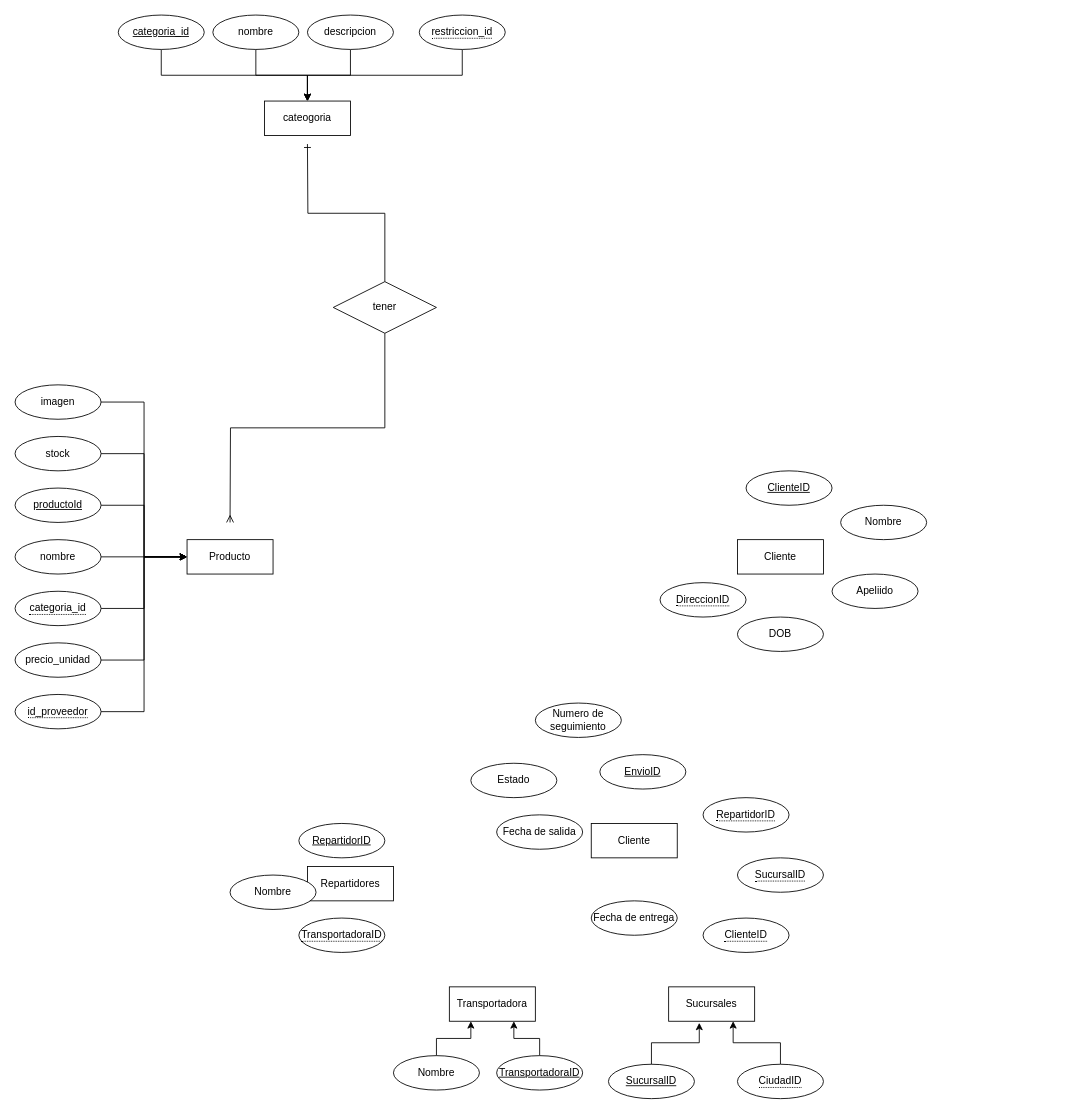
The draw.io diagram ProyectoFinal.drawio in Angel-ISO/Diagramas, before the edit. Source tidied: cells renumbered, new cells numbered last; positions are measured from the earlier drawing's top-left corner, leaving out a move shared by most shapes. Both pictures are drawn from the tidied source at 86%, with x=0, y=0 at pixel (15, 15).
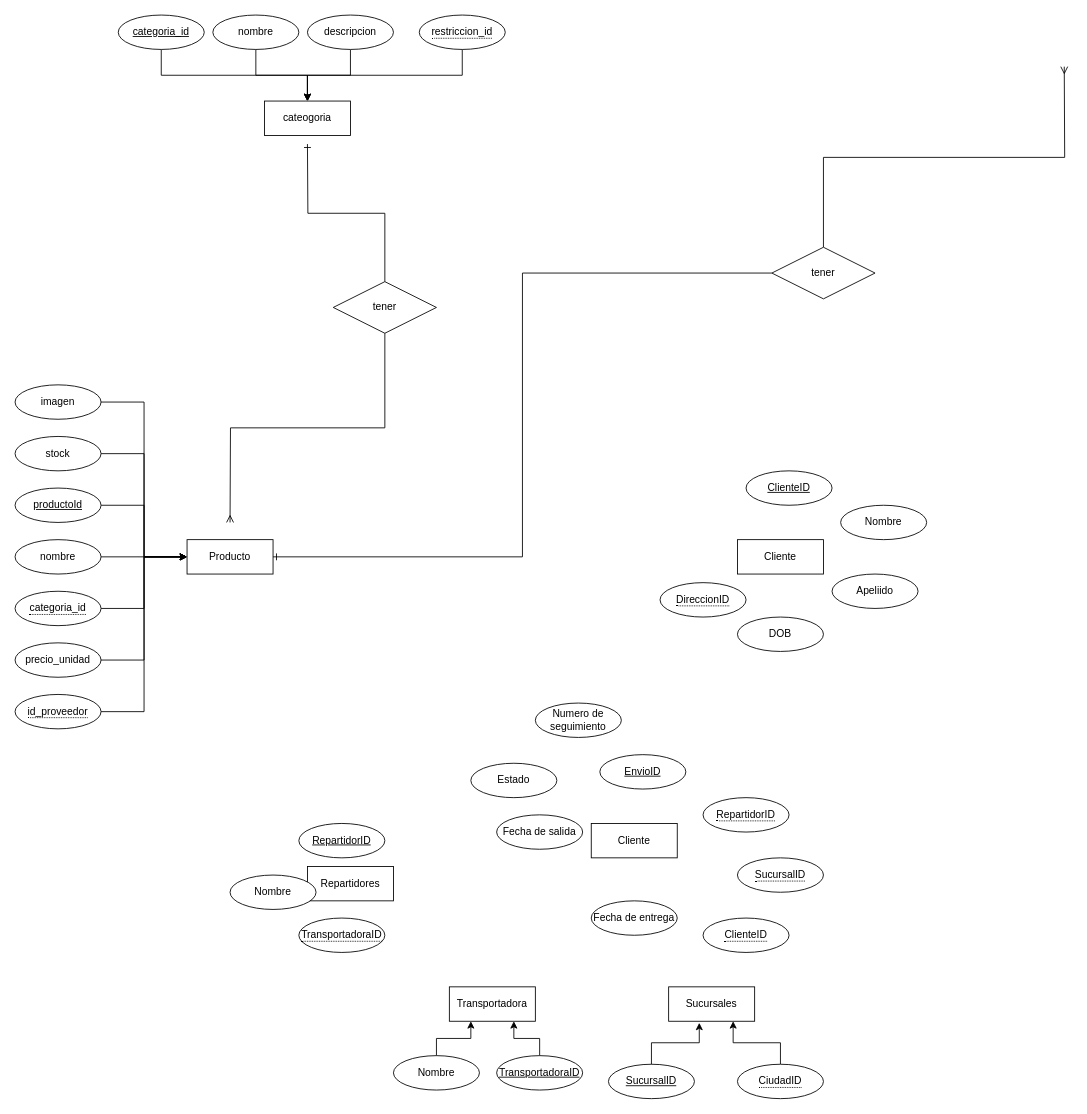
The same page after the edit.

Unchanged cells that the change refers to:
```xml
<mxCell id="2" value="Producto" style="whiteSpace=wrap;html=1;align=center;" parent="1" vertex="1">
  <mxGeometry x="200" y="610" width="100" height="40" as="geometry" />
</mxCell>
```

The edit, as a diff of the source:
```diff
@@
+    <mxCell id="58" style="edgeStyle=orthogonalEdgeStyle;rounded=0;jettySize=auto;html=1;exitX=0.5;exitY=0;exitDx=0;exitDy=0;endArrow=ERmany;endFill=0;" parent="1" edge="1" source="60">
+      <mxGeometry relative="1" as="geometry">
+        <mxPoint x="1220" y="60" as="targetPoint" />
+      </mxGeometry>
+    </mxCell>
@@
+    <mxCell id="59" style="edgeStyle=orthogonalEdgeStyle;rounded=0;jettySize=auto;html=1;exitX=0;exitY=0.5;exitDx=0;exitDy=0;entryX=1;entryY=0.5;entryDx=0;entryDy=0;endArrow=ERone;endFill=0;" parent="1" edge="1" source="60" target="2">
+      <mxGeometry relative="1" as="geometry" />
+    </mxCell>
@@
+    <mxCell id="60" value="tener" style="shape=rhombus;perimeter=rhombusPerimeter;whiteSpace=wrap;html=1;align=center;" parent="1" vertex="1">
+      <mxGeometry x="880" y="270" width="120" height="60" as="geometry" />
+    </mxCell>
@@
+    <mxCell id="61" style="edgeStyle=orthogonalEdgeStyle;rounded=0;orthogonalLoop=1;jettySize=auto;html=1;exitX=0.5;exitY=1;exitDx=0;exitDy=0;entryX=0.5;entryY=0;entryDx=0;entryDy=0;" parent="1" edge="1">
+      <mxGeometry relative="1" as="geometry" />
+    </mxCell>
+    <mxCell id="62" style="edgeStyle=orthogonalEdgeStyle;rounded=0;orthogonalLoop=1;jettySize=auto;html=1;exitX=0.5;exitY=1;exitDx=0;exitDy=0;" parent="1" edge="1">
+      <mxGeometry relative="1" as="geometry" />
+    </mxCell>
+    <mxCell id="63" style="edgeStyle=orthogonalEdgeStyle;rounded=0;orthogonalLoop=1;jettySize=auto;html=1;exitX=0.5;exitY=1;exitDx=0;exitDy=0;entryX=0.5;entryY=0;entryDx=0;entryDy=0;" parent="1" edge="1">
+      <mxGeometry relative="1" as="geometry" />
+    </mxCell>
+    <mxCell id="64" style="edgeStyle=orthogonalEdgeStyle;rounded=0;orthogonalLoop=1;jettySize=auto;html=1;exitX=0.5;exitY=1;exitDx=0;exitDy=0;" parent="1" edge="1">
+      <mxGeometry relative="1" as="geometry">
+        <mxPoint x="1220" y="-10" as="targetPoint" />
+      </mxGeometry>
+    </mxCell>
```
